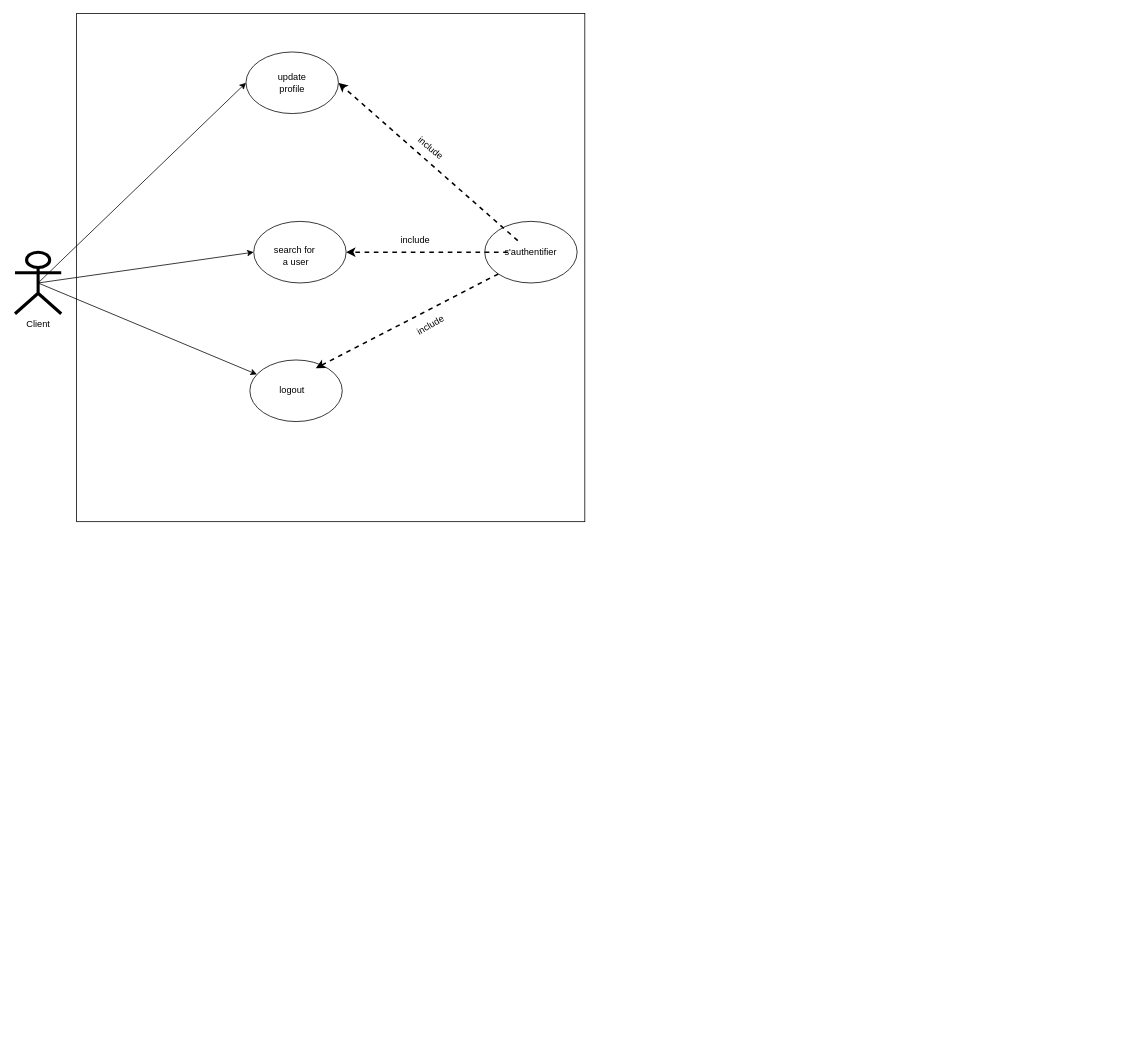
Earlier version of the draw.io diagram app/diagramme/usecase.drawio (abderrahim-ghmouch/linkup). Source tidied: cells renumbered, new cells numbered last; positions are measured from the earlier drawing's top-left corner, leaving out a move shared by most shapes. Both pictures are drawn from the tidied source at 77%, with x=0, y=0 at pixel (15, 13).
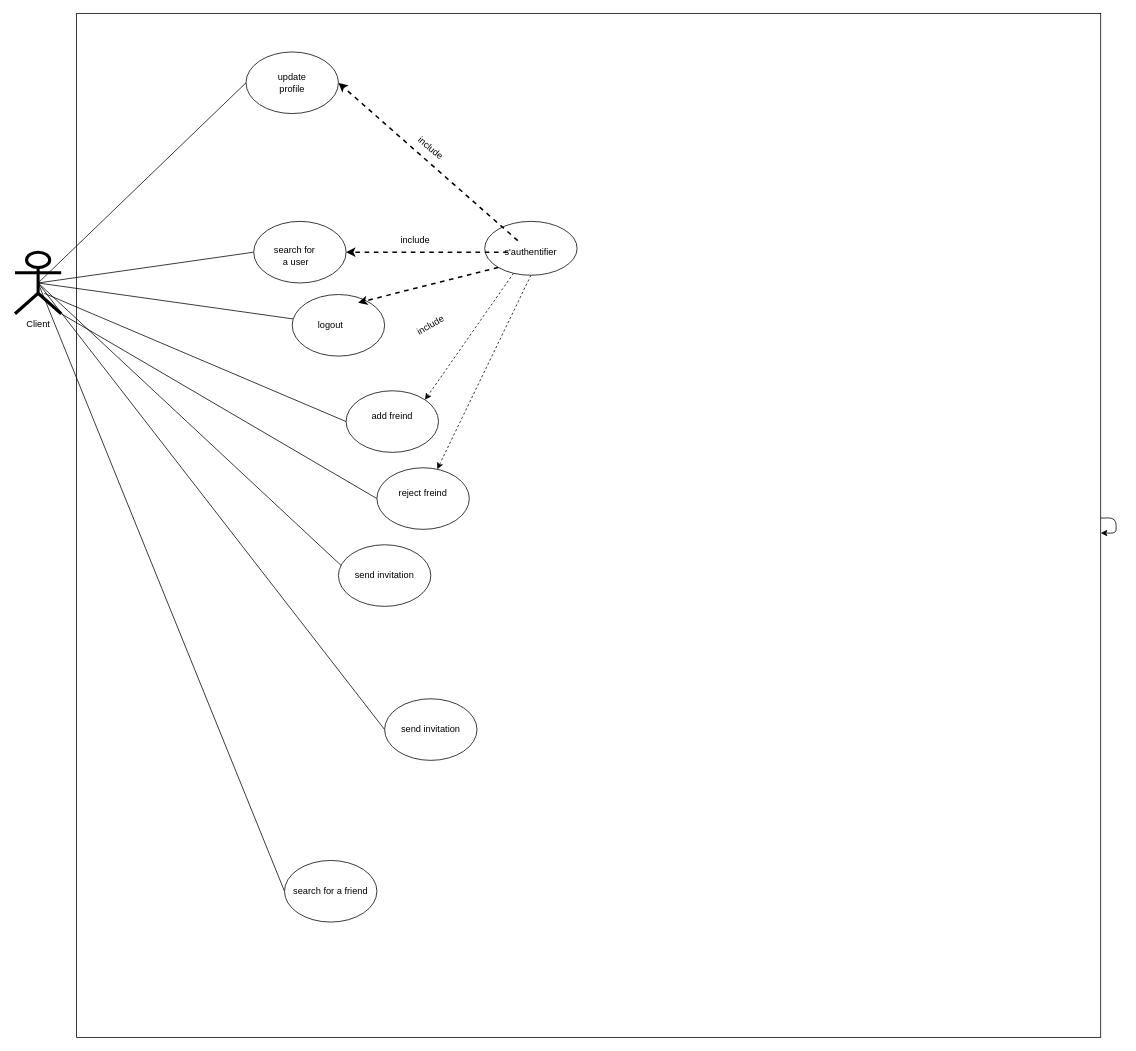
The same page after the edit.

Commit message (it also covers changes not shown here):
updatee the UML and fix the route of network

The change refers to these unchanged cells:
```xml
<mxCell id="6" value="Client" style="shape=umlActor;verticalLabelPosition=bottom;verticalAlign=top;html=1;outlineConnect=0;strokeWidth=4;" parent="1" vertex="1">
  <mxGeometry y="310" width="60" height="80" as="geometry" />
</mxCell>
<mxCell id="11" style="ellipse;whiteSpace=wrap;html=1;" parent="1" vertex="1">
  <mxGeometry x="310" y="270" width="120" height="80" as="geometry" />
</mxCell>
<mxCell id="15" style="ellipse;whiteSpace=wrap;html=1;" parent="1" vertex="1">
  <mxGeometry x="300" y="50" width="120" height="80" as="geometry" />
</mxCell>
```

What changed in the source:
```diff
@@
     <mxCell id="2" style="whiteSpace=wrap;html=1;" parent="1" vertex="1">
-      <mxGeometry x="80" width="660" height="660" as="geometry" />
+      <mxGeometry x="80" width="1330" height="1330" as="geometry" />
     </mxCell>
-    <mxCell id="3" style="edgeStyle=none;html=1;exitX=0.5;exitY=0.5;exitDx=0;exitDy=0;exitPerimeter=0;entryX=0;entryY=0.5;entryDx=0;entryDy=0;" parent="1" edge="1" source="6" target="15">
+    <mxCell id="3" style="edgeStyle=none;html=1;exitX=0.5;exitY=0.5;exitDx=0;exitDy=0;exitPerimeter=0;entryX=0;entryY=0.5;entryDx=0;entryDy=0;endArrow=none;endFill=0;" parent="1" edge="1" source="6" target="15">
       <mxGeometry relative="1" as="geometry" />
     </mxCell>
-    <mxCell id="4" style="edgeStyle=none;html=1;exitX=0.5;exitY=0.5;exitDx=0;exitDy=0;exitPerimeter=0;" parent="1" edge="1" source="6" target="13">
+    <mxCell id="4" style="edgeStyle=none;html=1;exitX=0.5;exitY=0.5;exitDx=0;exitDy=0;exitPerimeter=0;endArrow=none;endFill=0;" parent="1" edge="1" source="6" target="13">
       <mxGeometry relative="1" as="geometry" />
     </mxCell>
-    <mxCell id="5" style="edgeStyle=none;html=1;exitX=0.5;exitY=0.5;exitDx=0;exitDy=0;exitPerimeter=0;entryX=0;entryY=0.5;entryDx=0;entryDy=0;" parent="1" edge="1" source="6" target="11">
+    <mxCell id="5" style="edgeStyle=none;html=1;exitX=0.5;exitY=0.5;exitDx=0;exitDy=0;exitPerimeter=0;entryX=0;entryY=0.5;entryDx=0;entryDy=0;endArrow=none;endFill=0;" parent="1" edge="1" source="6" target="11">
       <mxGeometry relative="1" as="geometry" />
     </mxCell>
+    <mxCell id="21" style="edgeStyle=none;html=1;" parent="1" edge="1" source="2" target="2">
+      <mxGeometry relative="1" as="geometry" />
+    </mxCell>
+    <mxCell id="22" style="edgeStyle=none;html=1;exitX=0.634;exitY=0.668;exitDx=0;exitDy=0;exitPerimeter=0;entryX=0;entryY=0.5;entryDx=0;entryDy=0;endArrow=none;endFill=0;" parent="1" edge="1" source="6" target="29">
+      <mxGeometry relative="1" as="geometry" />
+    </mxCell>
+    <mxCell id="23" style="edgeStyle=none;html=1;exitX=1;exitY=1;exitDx=0;exitDy=0;exitPerimeter=0;entryX=0;entryY=0.5;entryDx=0;entryDy=0;endArrow=none;endFill=0;" parent="1" edge="1" source="6" target="30">
+      <mxGeometry relative="1" as="geometry" />
+    </mxCell>
+    <mxCell id="24" style="edgeStyle=none;html=1;exitX=0.5;exitY=0.5;exitDx=0;exitDy=0;exitPerimeter=0;endArrow=none;endFill=0;entryX=0.048;entryY=0.362;entryDx=0;entryDy=0;entryPerimeter=0;" parent="1" edge="1" source="6" target="31">
+      <mxGeometry relative="1" as="geometry" />
+    </mxCell>
+    <mxCell id="25" style="edgeStyle=none;html=1;exitX=0.5;exitY=0.5;exitDx=0;exitDy=0;exitPerimeter=0;entryX=0;entryY=0.5;entryDx=0;entryDy=0;endArrow=none;endFill=0;" parent="1" edge="1" source="6" target="32">
+      <mxGeometry relative="1" as="geometry" />
+    </mxCell>
+    <mxCell id="26" style="edgeStyle=none;html=1;exitX=0.5;exitY=0.5;exitDx=0;exitDy=0;exitPerimeter=0;entryX=0;entryY=0.5;entryDx=0;entryDy=0;endArrow=none;endFill=0;" parent="1" edge="1" source="6" target="33">
+      <mxGeometry relative="1" as="geometry" />
+    </mxCell>
@@
+    <mxCell id="27" style="edgeStyle=none;html=1;entryX=1;entryY=0;entryDx=0;entryDy=0;dashed=1;" parent="1" edge="1" source="7" target="29">
+      <mxGeometry relative="1" as="geometry" />
+    </mxCell>
+    <mxCell id="28" style="edgeStyle=none;html=1;exitX=0.5;exitY=1;exitDx=0;exitDy=0;dashed=1;" parent="1" edge="1" source="7" target="30">
+      <mxGeometry relative="1" as="geometry" />
+    </mxCell>
     <mxCell id="7" style="ellipse;whiteSpace=wrap;html=1;" parent="1" vertex="1">
-      <mxGeometry x="610" y="270" width="120" height="80" as="geometry" />
+      <mxGeometry x="610" y="270" width="120" height="70" as="geometry" />
     </mxCell>
@@
     <mxCell id="13" style="ellipse;whiteSpace=wrap;html=1;" parent="1" vertex="1">
-      <mxGeometry x="305" y="450" width="120" height="80" as="geometry" />
+      <mxGeometry x="360" y="365" width="120" height="80" as="geometry" />
     </mxCell>
     <mxCell id="14" value="logout" style="text;html=1;align=center;verticalAlign=middle;whiteSpace=wrap;rounded=0;" parent="1" vertex="1">
-      <mxGeometry x="330" y="475" width="60" height="30" as="geometry" />
+      <mxGeometry x="380" y="390" width="60" height="30" as="geometry" />
     </mxCell>
@@
+    <mxCell id="29" value="add freind&lt;div&gt;&lt;br&gt;&lt;/div&gt;" style="ellipse;whiteSpace=wrap;html=1;" parent="1" vertex="1">
+      <mxGeometry x="430" y="490" width="120" height="80" as="geometry" />
+    </mxCell>
+    <mxCell id="30" value="&lt;div&gt;reject freind&lt;/div&gt;&lt;div&gt;&lt;br&gt;&lt;/div&gt;" style="ellipse;whiteSpace=wrap;html=1;" parent="1" vertex="1">
+      <mxGeometry x="470" y="590" width="120" height="80" as="geometry" />
+    </mxCell>
+    <mxCell id="31" value="&lt;div&gt;send invitation&lt;/div&gt;" style="ellipse;whiteSpace=wrap;html=1;" parent="1" vertex="1">
+      <mxGeometry x="420" y="690" width="120" height="80" as="geometry" />
+    </mxCell>
+    <mxCell id="32" value="&lt;div&gt;send invitation&lt;/div&gt;" style="ellipse;whiteSpace=wrap;html=1;" parent="1" vertex="1">
+      <mxGeometry x="480" y="890" width="120" height="80" as="geometry" />
+    </mxCell>
+    <mxCell id="33" value="search for a friend" style="ellipse;whiteSpace=wrap;html=1;" parent="1" vertex="1">
+      <mxGeometry x="350" y="1100" width="120" height="80" as="geometry" />
+    </mxCell>
```
